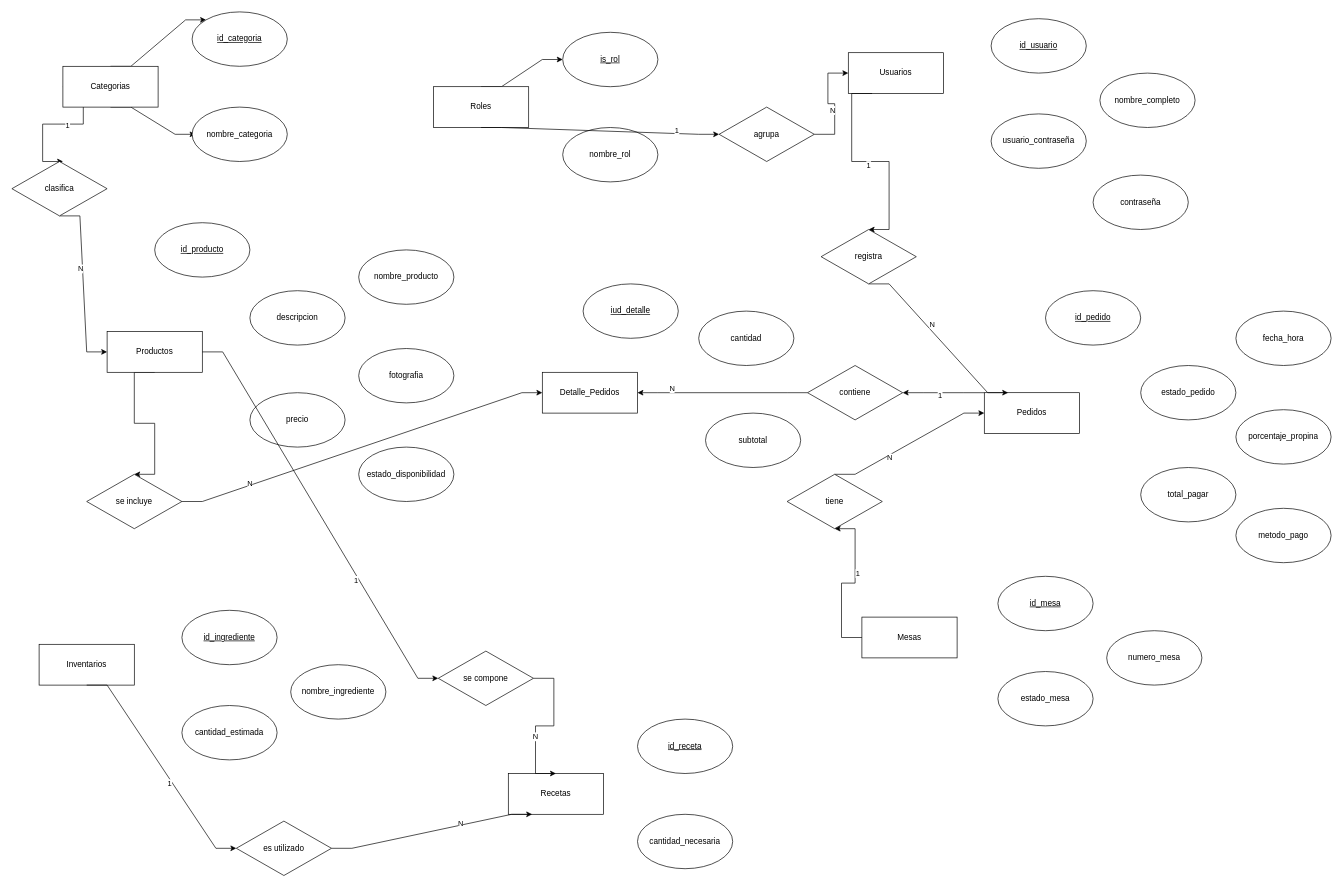
Before: page "Página-4" (4 of 4) of Diagramas/DiagramaER.drawio in CanelaFeliz/ProyectoPPI115, a draw.io diagram. Source tidied: cells renumbered, new cells numbered last; positions are measured from the earlier drawing's top-left corner, leaving out a move shared by most shapes. Both pictures are drawn from the tidied source at 68%, with x=0, y=0 at pixel (12, 12).
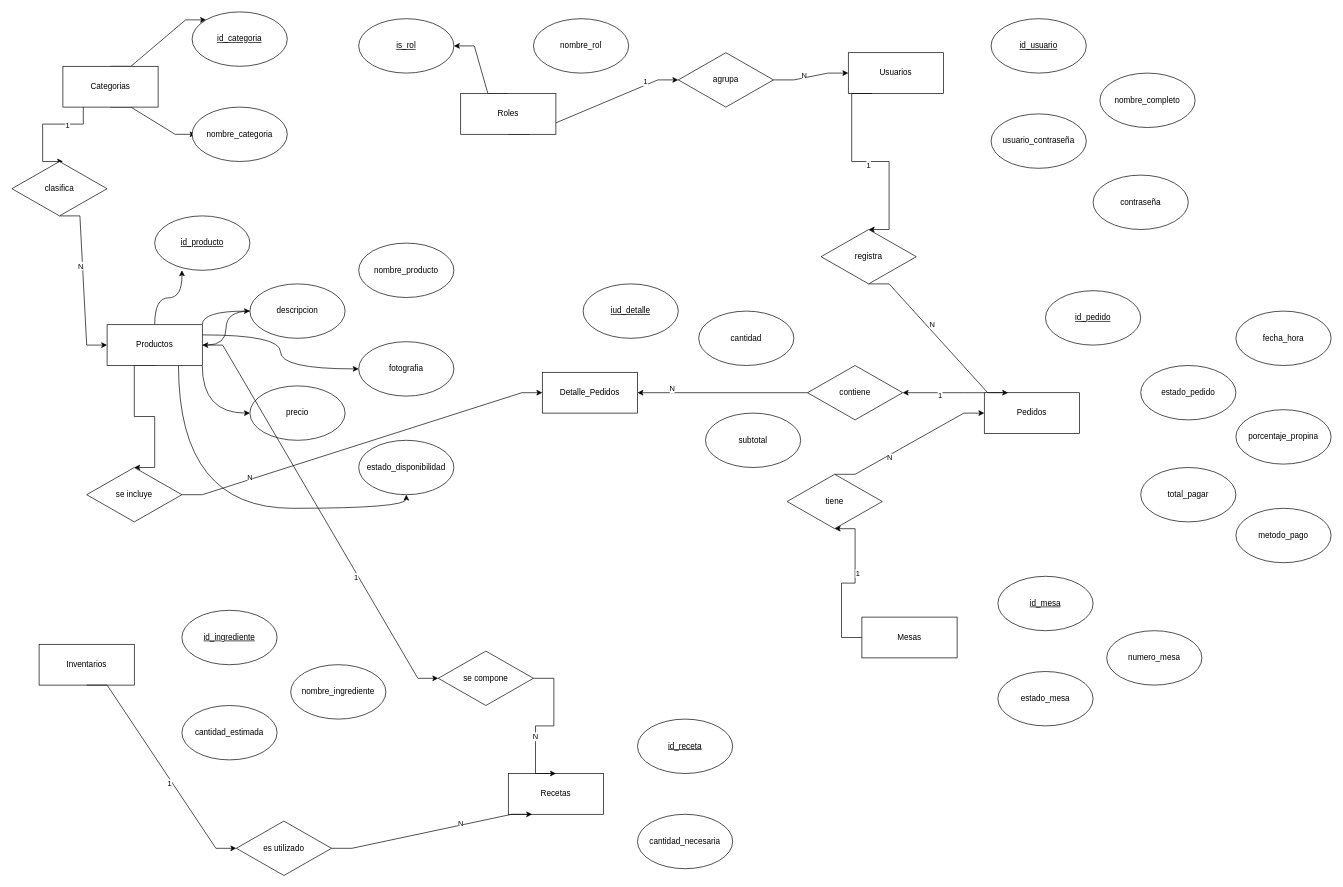
The same page after the edit.

Unchanged cells that the change refers to:
```xml
<mxCell id="12" value="Productos" style="rounded=0;whiteSpace=wrap;html=1;" parent="10" vertex="1">
  <mxGeometry y="160" width="140" height="60" as="geometry" />
</mxCell>
<mxCell id="15" value="descripcion" style="ellipse;whiteSpace=wrap;html=1;" parent="10" vertex="1">
  <mxGeometry x="210" y="100" width="140" height="80" as="geometry" />
</mxCell>
<mxCell id="16" value="fotografia" style="ellipse;whiteSpace=wrap;html=1;" parent="10" vertex="1">
  <mxGeometry x="370" y="185" width="140" height="80" as="geometry" />
</mxCell>
<mxCell id="17" value="precio" style="ellipse;whiteSpace=wrap;html=1;" parent="10" vertex="1">
  <mxGeometry x="210" y="250" width="140" height="80" as="geometry" />
</mxCell>
<mxCell id="18" value="estado_disponibilidad" style="ellipse;whiteSpace=wrap;html=1;" parent="10" vertex="1">
  <mxGeometry x="370" y="330" width="140" height="80" as="geometry" />
</mxCell>
```

Change to the diagram source:
```diff
@@
     <mxCell id="10" style="group;" parent="1" vertex="1">
-      <mxGeometry x="140" y="310" width="510" height="450" as="geometry" />
+      <mxGeometry x="140" y="300" width="510" height="450" as="geometry" />
     </mxCell>
@@
+    <mxCell id="93" style="edgeStyle=orthogonalEdgeStyle;curved=1;rounded=0;jettySize=auto;html=1;exitX=0.5;exitY=0;exitDx=0;exitDy=0;" parent="10" edge="1" source="12">
+      <mxGeometry relative="1" as="geometry">
+        <mxPoint x="110" y="80" as="targetPoint" />
+      </mxGeometry>
+    </mxCell>
+    <mxCell id="94" style="edgeStyle=orthogonalEdgeStyle;curved=1;rounded=0;jettySize=auto;html=1;exitX=1;exitY=0;exitDx=0;exitDy=0;entryX=0;entryY=0.5;entryDx=0;entryDy=0;" parent="10" edge="1" source="12" target="15">
+      <mxGeometry relative="1" as="geometry" />
+    </mxCell>
+    <mxCell id="95" style="edgeStyle=orthogonalEdgeStyle;curved=1;rounded=0;jettySize=auto;html=1;exitX=1;exitY=1;exitDx=0;exitDy=0;entryX=0;entryY=0.5;entryDx=0;entryDy=0;" parent="10" edge="1" source="12" target="17">
+      <mxGeometry relative="1" as="geometry" />
+    </mxCell>
+    <mxCell id="96" style="edgeStyle=orthogonalEdgeStyle;curved=1;rounded=0;jettySize=auto;html=1;exitX=1;exitY=0.25;exitDx=0;exitDy=0;entryX=0;entryY=0.5;entryDx=0;entryDy=0;" parent="10" edge="1" source="12" target="16">
+      <mxGeometry relative="1" as="geometry" />
+    </mxCell>
+    <mxCell id="97" style="edgeStyle=orthogonalEdgeStyle;curved=1;rounded=0;jettySize=auto;html=1;exitX=0.75;exitY=1;exitDx=0;exitDy=0;entryX=0.5;entryY=1;entryDx=0;entryDy=0;" parent="10" edge="1" source="12" target="18">
+      <mxGeometry relative="1" as="geometry" />
+    </mxCell>
@@
+    <mxCell id="98" style="edgeStyle=orthogonalEdgeStyle;curved=1;rounded=0;jettySize=auto;html=1;" parent="10" edge="1" source="15" target="12">
+      <mxGeometry relative="1" as="geometry" />
+    </mxCell>
@@
-    <mxCell id="44" style="group;" parent="1" vertex="1">
-      <mxGeometry x="620" y="30" width="330" height="220" as="geometry" />
-    </mxCell>
-    <mxCell id="45" style="rounded=0;jettySize=auto;html=1;exitX=0.5;exitY=0;exitDx=0;exitDy=0;edgeStyle=entityRelationEdgeStyle;" parent="44" edge="1" source="46" target="47">
-      <mxGeometry relative="1" as="geometry" />
-    </mxCell>
-    <mxCell id="46" value="Roles" style="rounded=0;whiteSpace=wrap;html=1;" parent="44" vertex="1">
-      <mxGeometry y="80" width="140" height="60" as="geometry" />
-    </mxCell>
-    <mxCell id="47" value="&lt;u&gt;is_rol&lt;/u&gt;" style="ellipse;whiteSpace=wrap;html=1;" parent="44" vertex="1">
-      <mxGeometry x="190" width="140" height="80" as="geometry" />
-    </mxCell>
-    <mxCell id="48" value="nombre_rol" style="ellipse;whiteSpace=wrap;html=1;" parent="44" vertex="1">
-      <mxGeometry x="190" y="140" width="140" height="80" as="geometry" />
-    </mxCell>
@@
     <mxCell id="60" value="agrupa" style="rhombus;whiteSpace=wrap;html=1;" parent="1" vertex="1">
-      <mxGeometry x="1040" y="140" width="140" height="80" as="geometry" />
+      <mxGeometry x="980" y="60" width="140" height="80" as="geometry" />
     </mxCell>
@@
+    <mxCell id="99" style="group;" parent="1" vertex="1">
+      <mxGeometry x="510" y="10" width="397" height="170" as="geometry" />
+    </mxCell>
+    <mxCell id="45" style="rounded=0;jettySize=auto;html=1;exitX=0.5;exitY=0;exitDx=0;exitDy=0;edgeStyle=entityRelationEdgeStyle;" parent="99" edge="1" source="46" target="47">
+      <mxGeometry relative="1" as="geometry" />
+    </mxCell>
+    <mxCell id="46" value="Roles" style="rounded=0;whiteSpace=wrap;html=1;" parent="99" vertex="1">
+      <mxGeometry x="150" y="110" width="140" height="60" as="geometry" />
+    </mxCell>
+    <mxCell id="47" value="&lt;u&gt;is_rol&lt;/u&gt;" style="ellipse;whiteSpace=wrap;html=1;" parent="99" vertex="1">
+      <mxGeometry width="140" height="80" as="geometry" />
+    </mxCell>
+    <mxCell id="48" value="nombre_rol" style="ellipse;whiteSpace=wrap;html=1;" parent="99" vertex="1">
+      <mxGeometry x="257" width="140" height="80" as="geometry" />
+    </mxCell>
```
